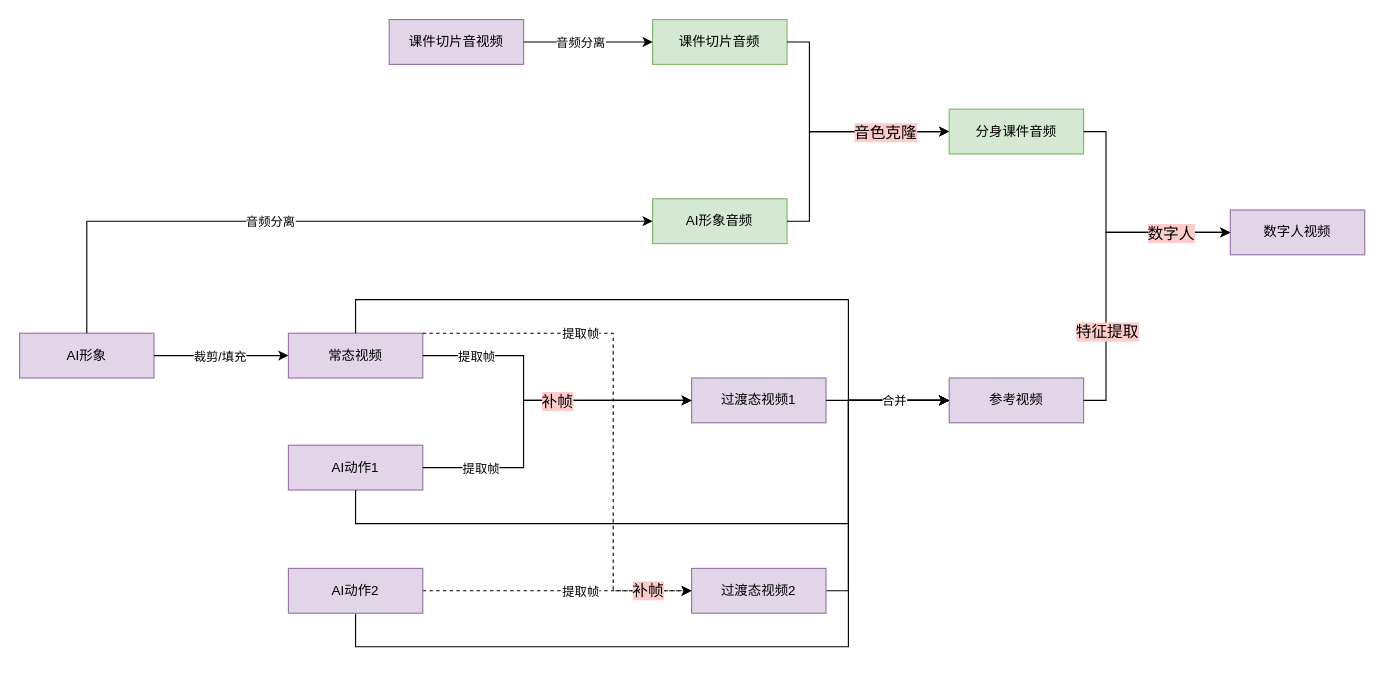
Earlier version of the draw.io diagram page "第 2 页" (2 of 4) of draw.io/数字人1.drawio (straicat/netdisk). Source tidied: cells renumbered, new cells numbered last; positions are measured from the earlier drawing's top-left corner, leaving out a move shared by most shapes. Both pictures are drawn from the tidied source at 112%, with x=0, y=0 at pixel (19, 19).
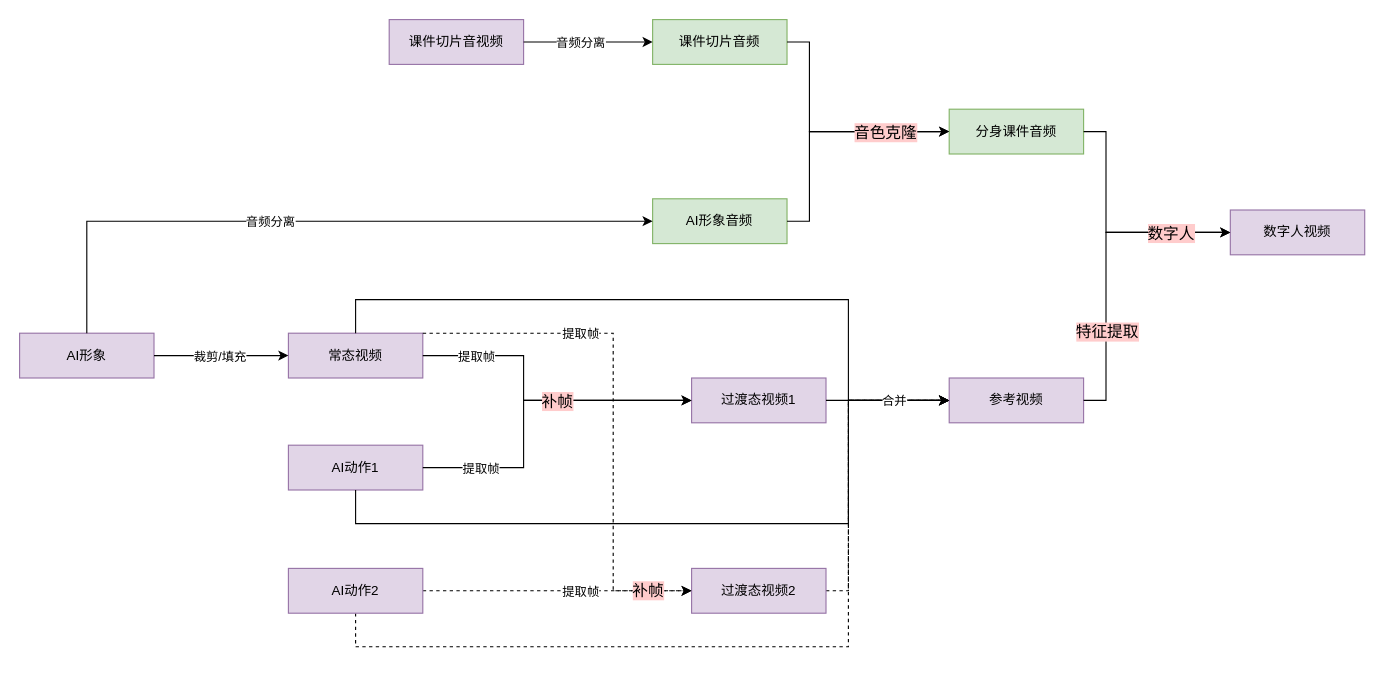
The same page after the edit.

Unchanged cells that the change refers to:
```xml
<mxCell id="17" value="参考视频" style="rounded=0;whiteSpace=wrap;html=1;fillColor=#e1d5e7;strokeColor=#9673a6;" parent="1" vertex="1">
  <mxGeometry x="830" y="320" width="120" height="40" as="geometry" />
</mxCell>
<mxCell id="27" value="AI动作2" style="rounded=0;whiteSpace=wrap;html=1;fillColor=#e1d5e7;strokeColor=#9673a6;" parent="1" vertex="1">
  <mxGeometry x="240" y="490" width="120" height="40" as="geometry" />
</mxCell>
<mxCell id="38" value="过渡态视频2" style="rounded=0;whiteSpace=wrap;html=1;fillColor=#e1d5e7;strokeColor=#9673a6;" parent="1" vertex="1">
  <mxGeometry x="600" y="490" width="120" height="40" as="geometry" />
</mxCell>
```

What changed in the source:
```diff
@@
-    <mxCell id="2" style="endArrow=classic;html=1;rounded=0;exitX=1;exitY=0.5;exitDx=0;exitDy=0;entryX=0;entryY=0.5;entryDx=0;entryDy=0;" parent="1" edge="1" source="38" target="17">
+    <mxCell id="2" style="endArrow=classic;html=1;rounded=0;exitX=1;exitY=0.5;exitDx=0;exitDy=0;entryX=0;entryY=0.5;entryDx=0;entryDy=0;dashed=1;" parent="1" edge="1" source="38" target="17">
       <mxGeometry relative="1" as="geometry">
         <Array as="points">
           <mxPoint x="740" y="510" />
           <mxPoint x="740" y="340" />
         </Array>
       </mxGeometry>
     </mxCell>
-    <mxCell id="3" style="endArrow=classic;html=1;rounded=0;entryX=0;entryY=0.5;entryDx=0;entryDy=0;exitX=0.5;exitY=1;exitDx=0;exitDy=0;" parent="1" edge="1" source="27" target="17">
+    <mxCell id="3" style="endArrow=classic;html=1;rounded=0;entryX=0;entryY=0.5;entryDx=0;entryDy=0;exitX=0.5;exitY=1;exitDx=0;exitDy=0;dashed=1;" parent="1" edge="1" source="27" target="17">
       <mxGeometry relative="1" as="geometry">
         <Array as="points">
           <mxPoint x="300" y="560" />
           <mxPoint x="740" y="560" />
           <mxPoint x="740" y="340" />
         </Array>
       </mxGeometry>
     </mxCell>
```
